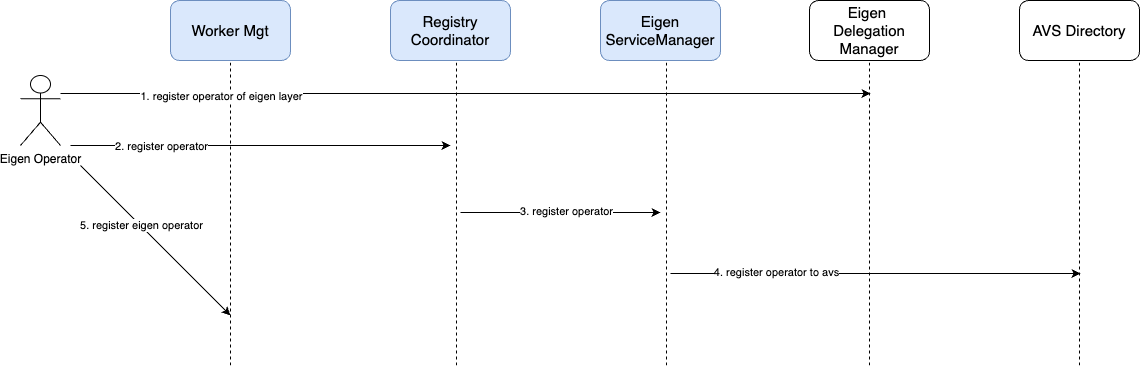
primus-labs/zkFHE-Network-Docs keeps this draw.io diagram as images/contracts-register-operator.png. Above is the earlier version. Source tidied: cells renumbered, new cells last; positions are measured from the earlier drawing's top-left corner, leaving out a move shared by most shapes.
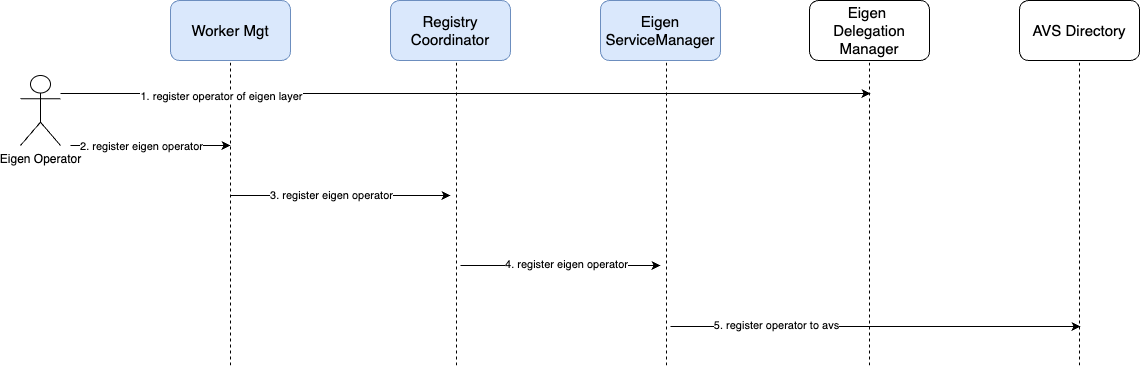
Later version of the same file.

Commit message:
update eigen register

The edit, as a diff of the source:
```diff
@@ -48,22 +48,22 @@
     </mxCell>
     <mxCell id="12" style="endArrow=classic;html=1;rounded=0;" parent="1" edge="1">
       <mxGeometry relative="1" as="geometry">
-        <mxPoint x="440" y="212" as="sourcePoint" />
-        <mxPoint x="640" y="212" as="targetPoint" />
+        <mxPoint x="440" y="265" as="sourcePoint" />
+        <mxPoint x="640" y="265" as="targetPoint" />
       </mxGeometry>
     </mxCell>
-    <mxCell id="13" value="3. register operator" style="edgeLabel;html=1;align=center;verticalAlign=middle;" parent="12" vertex="1">
+    <mxCell id="13" value="4. register eigen operator" style="edgeLabel;html=1;align=center;verticalAlign=middle;" parent="12" vertex="1">
       <mxGeometry x="-0.69" y="3" relative="1" as="geometry">
         <mxPoint x="74" y="1" as="offset" />
       </mxGeometry>
     </mxCell>
     <mxCell id="14" style="endArrow=classic;html=1;rounded=0;" parent="1" edge="1">
       <mxGeometry relative="1" as="geometry">
-        <mxPoint x="650" y="273" as="sourcePoint" />
-        <mxPoint x="1060" y="273" as="targetPoint" />
+        <mxPoint x="650" y="326" as="sourcePoint" />
+        <mxPoint x="1060" y="326" as="targetPoint" />
       </mxGeometry>
     </mxCell>
-    <mxCell id="15" value="4. register operator to avs" style="edgeLabel;html=1;align=center;verticalAlign=middle;" parent="14" vertex="1">
+    <mxCell id="15" value="5. register operator to avs" style="edgeLabel;html=1;align=center;verticalAlign=middle;" parent="14" vertex="1">
       <mxGeometry x="-0.69" y="3" relative="1" as="geometry">
         <mxPoint x="41" y="1" as="offset" />
       </mxGeometry>
@@ -80,12 +80,12 @@
     <mxCell id="18" style="endArrow=classic;html=1;rounded=0;" parent="1" edge="1">
       <mxGeometry relative="1" as="geometry">
         <mxPoint x="50" y="145" as="sourcePoint" />
-        <mxPoint x="430" y="145" as="targetPoint" />
+        <mxPoint x="210" y="145" as="targetPoint" />
       </mxGeometry>
     </mxCell>
-    <mxCell id="19" value="2. register operator" style="edgeLabel;html=1;align=center;verticalAlign=middle;" parent="18" vertex="1">
+    <mxCell id="19" value="2. register eigen operator" style="edgeLabel;html=1;align=center;verticalAlign=middle;" parent="18" vertex="1">
       <mxGeometry x="-0.41" y="3" relative="1" as="geometry">
-        <mxPoint x="-22" y="3" as="offset" />
+        <mxPoint x="23" y="3" as="offset" />
       </mxGeometry>
     </mxCell>
     <mxCell id="20" style="endArrow=none;dashed=1;html=1;rounded=0;entryX=0.5;entryY=1;entryDx=0;entryDy=0;" parent="1" edge="1">
@@ -97,16 +97,16 @@
     <mxCell id="21" value="&lt;font style=&quot;font-size: 15px;&quot;&gt;Registry&lt;/font&gt;&lt;div&gt;&lt;font style=&quot;font-size: 15px;&quot;&gt;Coordinator&lt;/font&gt;&lt;/div&gt;" style="rounded=1;whiteSpace=wrap;html=1;fillColor=#dae8fc;strokeColor=#6c8ebf;" parent="1" vertex="1">
       <mxGeometry x="370" width="120" height="60" as="geometry" />
     </mxCell>
-    <mxCell id="22" style="endArrow=classic;html=1;rounded=0;" parent="1" edge="1">
-      <mxGeometry relative="1" as="geometry">
-        <mxPoint x="60" y="165" as="sourcePoint" />
-        <mxPoint x="210" y="315" as="targetPoint" />
-      </mxGeometry>
-    </mxCell>
-    <mxCell id="23" value="5. register eigen operator" style="edgeLabel;html=1;align=center;verticalAlign=middle;" parent="22" vertex="1">
-      <mxGeometry x="-0.5" y="-2" relative="1" as="geometry">
-        <mxPoint x="24" y="21" as="offset" />
-      </mxGeometry>
-    </mxCell>
+    <mxCell id="24" style="endArrow=classic;html=1;rounded=0;" parent="1" edge="1">
+      <mxGeometry relative="1" as="geometry">
+        <mxPoint x="210" y="195" as="sourcePoint" />
+        <mxPoint x="430" y="195" as="targetPoint" />
+      </mxGeometry>
+    </mxCell>
+    <mxCell id="25" value="3. register eigen operator" style="edgeLabel;html=1;align=center;verticalAlign=middle;" parent="24" vertex="1">
+      <mxGeometry x="-0.44" y="2" relative="1" as="geometry">
+        <mxPoint x="38" y="1" as="offset" />
+      </mxGeometry>
+    </mxCell>
   </root>
 </mxGraphModel>
```
